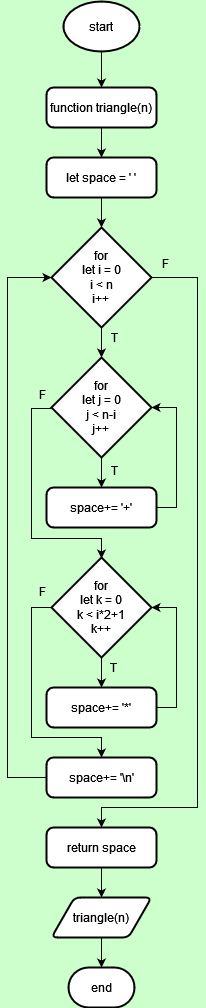
Destantomy/Dry-run-algorithm keeps this draw.io diagram as flowchart-diagram/print_triangle_algorithm.drawio.png. Above is the earlier version. Source tidied: cells renumbered, new cells last; positions are measured from the earlier drawing's top-left corner, leaving out a move shared by most shapes.
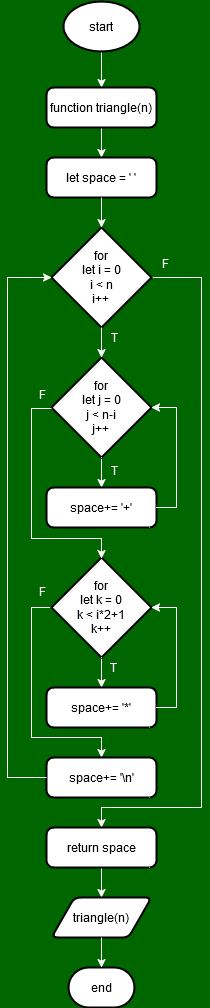
After the change.

Change to the diagram source:
```diff
@@ -1,14 +1,14 @@
-<mxGraphModel background="#CCFFCC">
+<mxGraphModel background="#006600">
   <root>
     <mxCell id="0" />
     <mxCell id="1" parent="0" />
-    <mxCell id="2" style="edgeStyle=orthogonalEdgeStyle;rounded=0;jettySize=auto;html=1;exitX=0.5;exitY=1;exitDx=0;exitDy=0;exitPerimeter=0;entryX=0.5;entryY=0;entryDx=0;entryDy=0;strokeColor=#000000;" parent="1" edge="1" source="3" target="5">
+    <mxCell id="2" style="edgeStyle=orthogonalEdgeStyle;rounded=0;jettySize=auto;html=1;exitX=0.5;exitY=1;exitDx=0;exitDy=0;exitPerimeter=0;entryX=0.5;entryY=0;entryDx=0;entryDy=0;strokeColor=#FFFFFF;" parent="1" edge="1" source="3" target="5">
       <mxGeometry relative="1" as="geometry" />
     </mxCell>
     <mxCell id="3" value="start" style="strokeWidth=2;html=1;shape=mxgraph.flowchart.start_1;whiteSpace=wrap;strokeColor=#000000;" parent="1" vertex="1">
       <mxGeometry x="56" width="76" height="50" as="geometry" />
     </mxCell>
-    <mxCell id="4" style="edgeStyle=orthogonalEdgeStyle;rounded=0;jettySize=auto;html=1;exitX=0.5;exitY=1;exitDx=0;exitDy=0;entryX=0.5;entryY=0;entryDx=0;entryDy=0;strokeColor=#000000;" parent="1" edge="1" source="5" target="6">
+    <mxCell id="4" style="edgeStyle=orthogonalEdgeStyle;rounded=0;jettySize=auto;html=1;exitX=0.5;exitY=1;exitDx=0;exitDy=0;entryX=0.5;entryY=0;entryDx=0;entryDy=0;strokeColor=#FFFFFF;" parent="1" edge="1" source="5" target="6">
       <mxGeometry relative="1" as="geometry" />
     </mxCell>
     <mxCell id="5" value="function triangle(n)" style="rounded=1;whiteSpace=wrap;html=1;absoluteArcSize=1;arcSize=14;strokeWidth=2;strokeColor=#000000;" parent="1" vertex="1">
@@ -17,11 +17,11 @@
     <mxCell id="6" value="let space = ' '" style="rounded=1;whiteSpace=wrap;html=1;absoluteArcSize=1;arcSize=14;strokeWidth=2;strokeColor=#000000;" parent="1" vertex="1">
       <mxGeometry x="39" y="156" width="110" height="40" as="geometry" />
     </mxCell>
-    <mxCell id="7" style="edgeStyle=orthogonalEdgeStyle;rounded=0;jettySize=auto;html=1;exitX=1;exitY=0.5;exitDx=0;exitDy=0;exitPerimeter=0;entryX=0.5;entryY=0;entryDx=0;entryDy=0;strokeColor=#000000;" parent="1" edge="1" source="8" target="24">
+    <mxCell id="7" style="edgeStyle=orthogonalEdgeStyle;rounded=0;jettySize=auto;html=1;exitX=1;exitY=0.5;exitDx=0;exitDy=0;exitPerimeter=0;entryX=0.5;entryY=0;entryDx=0;entryDy=0;strokeColor=#FFFFFF;" parent="1" edge="1" source="8" target="24">
       <mxGeometry relative="1" as="geometry">
         <Array as="points">
-          <mxPoint x="190" y="276" />
-          <mxPoint x="190" y="806" />
+          <mxPoint x="194" y="276" />
+          <mxPoint x="194" y="806" />
           <mxPoint x="94" y="806" />
         </Array>
       </mxGeometry>
@@ -29,7 +29,7 @@
     <mxCell id="8" value="&lt;div&gt;for&lt;/div&gt;&lt;div&gt;let i = 0&lt;/div&gt;&lt;div&gt;i &amp;lt; n&lt;/div&gt;&lt;div&gt;i++&lt;br&gt;&lt;/div&gt;" style="strokeWidth=2;html=1;shape=mxgraph.flowchart.decision;whiteSpace=wrap;strokeColor=#000000;" parent="1" vertex="1">
       <mxGeometry x="44" y="226" width="100" height="100" as="geometry" />
     </mxCell>
-    <mxCell id="9" style="edgeStyle=orthogonalEdgeStyle;rounded=0;jettySize=auto;html=1;exitX=0.5;exitY=1;exitDx=0;exitDy=0;exitPerimeter=0;entryX=0.5;entryY=0;entryDx=0;entryDy=0;strokeColor=#000000;" parent="1" edge="1" source="10" target="11">
+    <mxCell id="9" style="edgeStyle=orthogonalEdgeStyle;rounded=0;jettySize=auto;html=1;exitX=0.5;exitY=1;exitDx=0;exitDy=0;exitPerimeter=0;entryX=0.5;entryY=0;entryDx=0;entryDy=0;strokeColor=#FFFFFF;" parent="1" edge="1" source="10" target="11">
       <mxGeometry relative="1" as="geometry" />
     </mxCell>
     <mxCell id="10" value="&lt;div&gt;for&lt;/div&gt;&lt;div&gt;let j = 0&lt;/div&gt;&lt;div&gt;j &amp;lt; n-i&lt;br&gt;&lt;/div&gt;&lt;div&gt;j++&lt;br&gt;&lt;/div&gt;" style="strokeWidth=2;html=1;shape=mxgraph.flowchart.decision;whiteSpace=wrap;strokeColor=#000000;" parent="1" vertex="1">
@@ -38,10 +38,10 @@
     <mxCell id="11" value="space+= '+'" style="rounded=1;whiteSpace=wrap;html=1;absoluteArcSize=1;arcSize=14;strokeWidth=2;strokeColor=#000000;" parent="1" vertex="1">
       <mxGeometry x="39" y="486" width="110" height="40" as="geometry" />
     </mxCell>
-    <mxCell id="12" style="edgeStyle=orthogonalEdgeStyle;rounded=0;jettySize=auto;html=1;exitX=0.5;exitY=1;exitDx=0;exitDy=0;exitPerimeter=0;entryX=0.5;entryY=0;entryDx=0;entryDy=0;strokeColor=#000000;" parent="1" edge="1" source="14" target="15">
+    <mxCell id="12" style="edgeStyle=orthogonalEdgeStyle;rounded=0;jettySize=auto;html=1;exitX=0.5;exitY=1;exitDx=0;exitDy=0;exitPerimeter=0;entryX=0.5;entryY=0;entryDx=0;entryDy=0;strokeColor=#FFFFFF;" parent="1" edge="1" source="14" target="15">
       <mxGeometry relative="1" as="geometry" />
     </mxCell>
-    <mxCell id="13" style="edgeStyle=orthogonalEdgeStyle;rounded=0;jettySize=auto;html=1;exitX=0;exitY=0.5;exitDx=0;exitDy=0;exitPerimeter=0;entryX=0.5;entryY=0;entryDx=0;entryDy=0;strokeColor=#000000;" parent="1" edge="1" source="14" target="21">
+    <mxCell id="13" style="edgeStyle=orthogonalEdgeStyle;rounded=0;jettySize=auto;html=1;exitX=0;exitY=0.5;exitDx=0;exitDy=0;exitPerimeter=0;entryX=0.5;entryY=0;entryDx=0;entryDy=0;strokeColor=#FFFFFF;" parent="1" edge="1" source="14" target="21">
       <mxGeometry relative="1" as="geometry">
         <Array as="points">
           <mxPoint x="24" y="606" />
@@ -56,16 +56,16 @@
     <mxCell id="15" value="space+= '*'" style="rounded=1;whiteSpace=wrap;html=1;absoluteArcSize=1;arcSize=14;strokeWidth=2;strokeColor=#000000;" parent="1" vertex="1">
       <mxGeometry x="39" y="686" width="110" height="40" as="geometry" />
     </mxCell>
-    <mxCell id="16" style="edgeStyle=orthogonalEdgeStyle;rounded=0;jettySize=auto;html=1;exitX=0.5;exitY=1;exitDx=0;exitDy=0;entryX=0.5;entryY=0;entryDx=0;entryDy=0;entryPerimeter=0;strokeColor=#000000;" parent="1" edge="1" source="6" target="8">
+    <mxCell id="16" style="edgeStyle=orthogonalEdgeStyle;rounded=0;jettySize=auto;html=1;exitX=0.5;exitY=1;exitDx=0;exitDy=0;entryX=0.5;entryY=0;entryDx=0;entryDy=0;entryPerimeter=0;strokeColor=#FFFFFF;" parent="1" edge="1" source="6" target="8">
       <mxGeometry relative="1" as="geometry" />
     </mxCell>
-    <mxCell id="17" style="edgeStyle=orthogonalEdgeStyle;rounded=0;jettySize=auto;html=1;exitX=0.5;exitY=1;exitDx=0;exitDy=0;exitPerimeter=0;entryX=0.5;entryY=0;entryDx=0;entryDy=0;entryPerimeter=0;strokeColor=#000000;" parent="1" edge="1" source="8" target="10">
+    <mxCell id="17" style="edgeStyle=orthogonalEdgeStyle;rounded=0;jettySize=auto;html=1;exitX=0.5;exitY=1;exitDx=0;exitDy=0;exitPerimeter=0;entryX=0.5;entryY=0;entryDx=0;entryDy=0;entryPerimeter=0;strokeColor=#FFFFFF;" parent="1" edge="1" source="8" target="10">
       <mxGeometry relative="1" as="geometry" />
     </mxCell>
-    <mxCell id="18" style="edgeStyle=orthogonalEdgeStyle;rounded=0;jettySize=auto;html=1;exitX=1;exitY=0.5;exitDx=0;exitDy=0;entryX=1;entryY=0.5;entryDx=0;entryDy=0;entryPerimeter=0;strokeColor=#000000;" parent="1" edge="1" source="11" target="10">
+    <mxCell id="18" style="edgeStyle=orthogonalEdgeStyle;rounded=0;jettySize=auto;html=1;exitX=1;exitY=0.5;exitDx=0;exitDy=0;entryX=1;entryY=0.5;entryDx=0;entryDy=0;entryPerimeter=0;strokeColor=#FFFFFF;" parent="1" edge="1" source="11" target="10">
       <mxGeometry relative="1" as="geometry" />
     </mxCell>
-    <mxCell id="19" style="edgeStyle=orthogonalEdgeStyle;rounded=0;orthogonalLoop=1;jettySize=auto;html=1;exitX=0;exitY=0.5;exitDx=0;exitDy=0;exitPerimeter=0;entryX=0.5;entryY=0;entryDx=0;entryDy=0;entryPerimeter=0;strokeColor=#000000;" parent="1" edge="1">
+    <mxCell id="19" style="edgeStyle=orthogonalEdgeStyle;rounded=0;orthogonalLoop=1;jettySize=auto;html=1;exitX=0;exitY=0.5;exitDx=0;exitDy=0;exitPerimeter=0;entryX=0.5;entryY=0;entryDx=0;entryDy=0;entryPerimeter=0;strokeColor=#FFFFFF;" parent="1" edge="1">
       <mxGeometry relative="1" as="geometry">
         <mxPoint x="44" y="407" as="sourcePoint" />
         <mxPoint x="94" y="557" as="targetPoint" />
@@ -76,13 +76,13 @@
         </Array>
       </mxGeometry>
     </mxCell>
-    <mxCell id="20" style="edgeStyle=orthogonalEdgeStyle;rounded=0;jettySize=auto;html=1;exitX=1;exitY=0.5;exitDx=0;exitDy=0;entryX=1;entryY=0.5;entryDx=0;entryDy=0;entryPerimeter=0;strokeColor=#000000;" parent="1" edge="1" source="15" target="14">
+    <mxCell id="20" style="edgeStyle=orthogonalEdgeStyle;rounded=0;jettySize=auto;html=1;exitX=1;exitY=0.5;exitDx=0;exitDy=0;entryX=1;entryY=0.5;entryDx=0;entryDy=0;entryPerimeter=0;strokeColor=#FFFFFF;" parent="1" edge="1" source="15" target="14">
       <mxGeometry relative="1" as="geometry" />
     </mxCell>
     <mxCell id="21" value="space+= '\n'" style="rounded=1;whiteSpace=wrap;html=1;absoluteArcSize=1;arcSize=14;strokeWidth=2;strokeColor=#000000;" parent="1" vertex="1">
       <mxGeometry x="39" y="756" width="110" height="40" as="geometry" />
     </mxCell>
-    <mxCell id="22" style="edgeStyle=orthogonalEdgeStyle;rounded=0;jettySize=auto;html=1;exitX=0;exitY=0.5;exitDx=0;exitDy=0;entryX=0;entryY=0.5;entryDx=0;entryDy=0;entryPerimeter=0;strokeColor=#000000;" parent="1" edge="1" source="21" target="8">
+    <mxCell id="22" style="edgeStyle=orthogonalEdgeStyle;rounded=0;jettySize=auto;html=1;exitX=0;exitY=0.5;exitDx=0;exitDy=0;entryX=0;entryY=0.5;entryDx=0;entryDy=0;entryPerimeter=0;strokeColor=#FFFFFF;" parent="1" edge="1" source="21" target="8">
       <mxGeometry relative="1" as="geometry">
         <Array as="points">
           <mxPoint y="776" />
@@ -90,7 +90,7 @@
         </Array>
       </mxGeometry>
     </mxCell>
-    <mxCell id="23" style="edgeStyle=orthogonalEdgeStyle;rounded=0;jettySize=auto;html=1;exitX=0.5;exitY=1;exitDx=0;exitDy=0;entryX=0.5;entryY=0;entryDx=0;entryDy=0;strokeColor=#000000;" parent="1" edge="1" source="24" target="25">
+    <mxCell id="23" style="edgeStyle=orthogonalEdgeStyle;rounded=0;jettySize=auto;html=1;exitX=0.5;exitY=1;exitDx=0;exitDy=0;entryX=0.5;entryY=0;entryDx=0;entryDy=0;strokeColor=#FFFFFF;" parent="1" edge="1" source="24" target="25">
       <mxGeometry relative="1" as="geometry" />
     </mxCell>
     <mxCell id="24" value="return space" style="rounded=1;whiteSpace=wrap;html=1;absoluteArcSize=1;arcSize=14;strokeWidth=2;strokeColor=#000000;" parent="1" vertex="1">
@@ -102,25 +102,25 @@
     <mxCell id="26" value="end" style="strokeWidth=2;html=1;shape=mxgraph.flowchart.terminator;whiteSpace=wrap;strokeColor=#000000;" parent="1" vertex="1">
       <mxGeometry x="61" y="966" width="66" height="40" as="geometry" />
     </mxCell>
-    <mxCell id="27" style="edgeStyle=orthogonalEdgeStyle;rounded=0;jettySize=auto;html=1;exitX=0.5;exitY=1;exitDx=0;exitDy=0;entryX=0.5;entryY=0;entryDx=0;entryDy=0;entryPerimeter=0;strokeColor=#000000;" parent="1" edge="1" source="25" target="26">
+    <mxCell id="27" style="edgeStyle=orthogonalEdgeStyle;rounded=0;jettySize=auto;html=1;exitX=0.5;exitY=1;exitDx=0;exitDy=0;entryX=0.5;entryY=0;entryDx=0;entryDy=0;entryPerimeter=0;strokeColor=#FFFFFF;" parent="1" edge="1" source="25" target="26">
       <mxGeometry relative="1" as="geometry" />
     </mxCell>
-    <mxCell id="28" value="T" style="text;html=1;align=center;verticalAlign=middle;whiteSpace=wrap;rounded=0;strokeColor=none;" parent="1" vertex="1">
+    <mxCell id="28" value="T" style="text;html=1;align=center;verticalAlign=middle;whiteSpace=wrap;rounded=0;strokeColor=none;fontColor=#FFFFFF;" parent="1" vertex="1">
       <mxGeometry x="94" y="321" width="26" height="30" as="geometry" />
     </mxCell>
-    <mxCell id="29" value="T" style="text;html=1;align=center;verticalAlign=middle;whiteSpace=wrap;rounded=0;strokeColor=none;" parent="1" vertex="1">
+    <mxCell id="29" value="T" style="text;html=1;align=center;verticalAlign=middle;whiteSpace=wrap;rounded=0;strokeColor=none;fontColor=#FFFFFF;" parent="1" vertex="1">
       <mxGeometry x="94" y="454" width="26" height="30" as="geometry" />
     </mxCell>
-    <mxCell id="30" value="T" style="text;html=1;align=center;verticalAlign=middle;whiteSpace=wrap;rounded=0;strokeColor=none;" parent="1" vertex="1">
+    <mxCell id="30" value="T" style="text;html=1;align=center;verticalAlign=middle;whiteSpace=wrap;rounded=0;strokeColor=none;fontColor=#FFFFFF;" parent="1" vertex="1">
       <mxGeometry x="93" y="651" width="26" height="30" as="geometry" />
     </mxCell>
-    <mxCell id="31" value="F" style="text;html=1;align=center;verticalAlign=middle;whiteSpace=wrap;rounded=0;strokeColor=none;" parent="1" vertex="1">
+    <mxCell id="31" value="F" style="text;html=1;align=center;verticalAlign=middle;whiteSpace=wrap;rounded=0;strokeColor=none;fontColor=#FFFFFF;" parent="1" vertex="1">
       <mxGeometry x="143" y="247" width="30" height="30" as="geometry" />
     </mxCell>
-    <mxCell id="32" value="F" style="text;html=1;align=center;verticalAlign=middle;whiteSpace=wrap;rounded=0;strokeColor=none;" parent="1" vertex="1">
+    <mxCell id="32" value="F" style="text;html=1;align=center;verticalAlign=middle;whiteSpace=wrap;rounded=0;strokeColor=none;fontColor=#FFFFFF;" parent="1" vertex="1">
       <mxGeometry x="23" y="378" width="25" height="30" as="geometry" />
     </mxCell>
-    <mxCell id="33" value="F" style="text;html=1;align=center;verticalAlign=middle;whiteSpace=wrap;rounded=0;strokeColor=none;" parent="1" vertex="1">
+    <mxCell id="33" value="F" style="text;html=1;align=center;verticalAlign=middle;whiteSpace=wrap;rounded=0;strokeColor=none;fontColor=#FFFFFF;" parent="1" vertex="1">
       <mxGeometry x="23" y="575" width="25" height="30" as="geometry" />
     </mxCell>
   </root>
```
